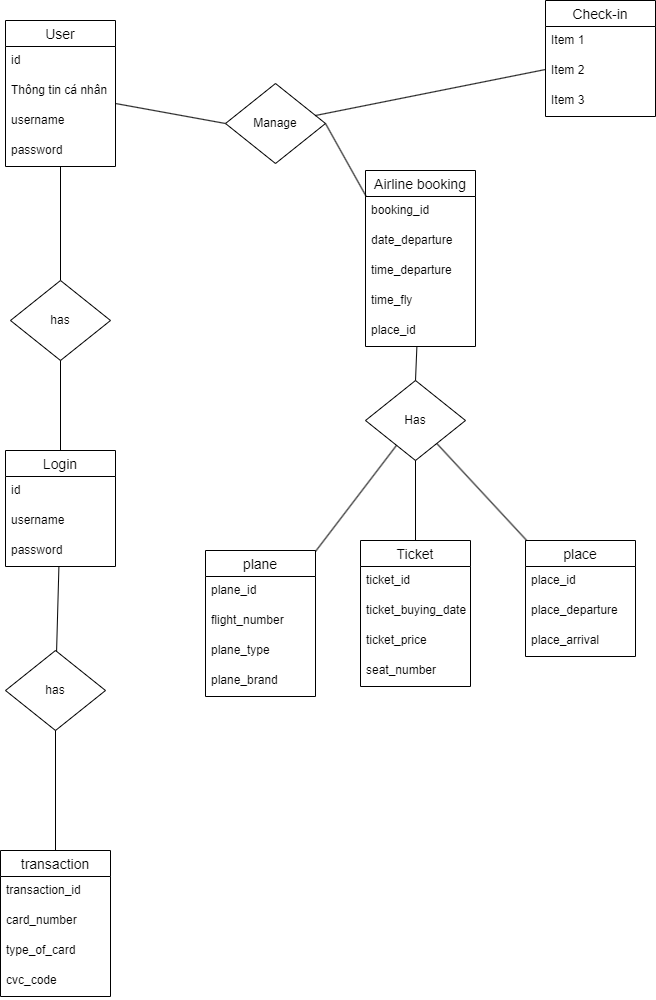
Before: Entity.drawio.png, a diagram exported from draw.io (GumBox/CloudAirlineG8). Source tidied: cells renumbered, new cells last; positions are measured from the earlier drawing's top-left corner, leaving out a move shared by most shapes.
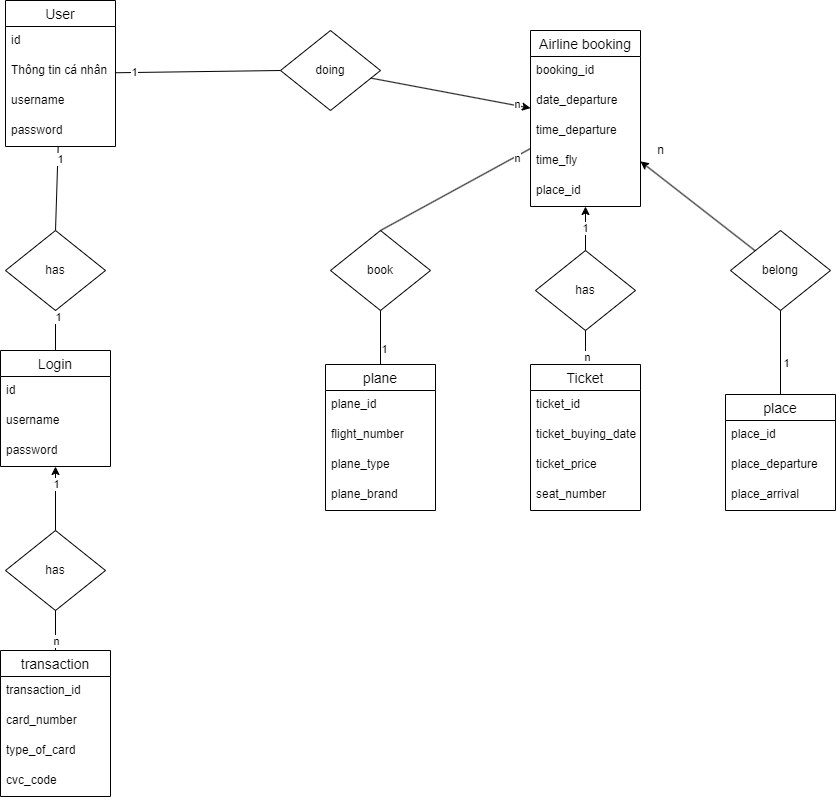
The same diagram one commit later.

Diff of the diagram source:
```diff
@@ -5,11 +5,14 @@
     <mxCell id="2" style="endArrow=none;html=1;rounded=0;entryX=0;entryY=0.5;entryDx=0;entryDy=0;" parent="1" edge="1" source="4" target="3">
       <mxGeometry relative="1" as="geometry" />
     </mxCell>
+    <mxCell id="55" value="1" style="edgeLabel;html=1;align=center;verticalAlign=middle;" parent="2" vertex="1">
+      <mxGeometry x="-0.77" relative="1" as="geometry" />
+    </mxCell>
-    <mxCell id="3" value="Manage" style="rhombus;whiteSpace=wrap;html=1;" parent="1" vertex="1">
-      <mxGeometry x="225" y="83" width="100" height="80" as="geometry" />
+    <mxCell id="3" value="doing" style="rhombus;whiteSpace=wrap;html=1;" parent="1" vertex="1">
+      <mxGeometry x="285" y="60" width="100" height="80" as="geometry" />
     </mxCell>
     <mxCell id="4" value="User" style="swimlane;fontStyle=0;horizontal=1;startSize=26;align=center;fontSize=14;" parent="1" vertex="1">
-      <mxGeometry x="5" y="20" width="110" height="146" as="geometry" />
+      <mxGeometry x="10" y="30" width="110" height="146" as="geometry" />
     </mxCell>
     <mxCell id="5" value="id " style="text;strokeColor=none;fillColor=none;spacingLeft=4;spacingRight=4;overflow=hidden;fontSize=12;" parent="4" vertex="1">
       <mxGeometry y="26" width="110" height="30" as="geometry" />
@@ -24,7 +27,7 @@
       <mxGeometry y="116" width="110" height="30" as="geometry" />
     </mxCell>
     <mxCell id="9" value="Airline booking" style="swimlane;fontStyle=0;horizontal=1;startSize=26;align=center;fontSize=14;" parent="1" vertex="1">
-      <mxGeometry x="365" y="170" width="110" height="176" as="geometry" />
+      <mxGeometry x="535" y="60" width="110" height="176" as="geometry" />
     </mxCell>
     <mxCell id="10" value="booking_id" style="text;strokeColor=none;fillColor=none;spacingLeft=4;spacingRight=4;overflow=hidden;fontSize=12;" parent="9" vertex="1">
       <mxGeometry y="26" width="110" height="30" as="geometry" />
@@ -41,17 +44,17 @@
     <mxCell id="14" value="place_id" style="text;strokeColor=none;fillColor=none;spacingLeft=4;spacingRight=4;overflow=hidden;fontSize=12;" parent="9" vertex="1">
       <mxGeometry y="146" width="110" height="30" as="geometry" />
     </mxCell>
-    <mxCell id="15" style="endArrow=none;html=1;rounded=0;exitX=1;exitY=0.5;exitDx=0;exitDy=0;entryX=0.006;entryY=0.147;entryDx=0;entryDy=0;entryPerimeter=0;" parent="1" edge="1" source="3" target="9">
-      <mxGeometry relative="1" as="geometry" />
-    </mxCell>
-    <mxCell id="16" value="Has" style="rhombus;whiteSpace=wrap;html=1;" parent="1" vertex="1">
-      <mxGeometry x="365" y="380" width="100" height="80" as="geometry" />
+    <mxCell id="16" value="book" style="rhombus;whiteSpace=wrap;html=1;" parent="1" vertex="1">
+      <mxGeometry x="335" y="260" width="100" height="80" as="geometry" />
     </mxCell>
     <mxCell id="17" style="endArrow=none;html=1;rounded=0;entryX=0.5;entryY=0;entryDx=0;entryDy=0;" parent="1" edge="1" source="9" target="16">
       <mxGeometry relative="1" as="geometry" />
     </mxCell>
+    <mxCell id="56" value="n" style="edgeLabel;html=1;align=center;verticalAlign=middle;" parent="17" vertex="1">
+      <mxGeometry x="-0.82" y="2" relative="1" as="geometry" />
+    </mxCell>
     <mxCell id="18" value="Ticket" style="swimlane;fontStyle=0;horizontal=1;startSize=26;align=center;fontSize=14;" parent="1" vertex="1">
-      <mxGeometry x="360" y="540" width="110" height="146" as="geometry" />
+      <mxGeometry x="535" y="394" width="110" height="146" as="geometry" />
     </mxCell>
     <mxCell id="19" value="ticket_id" style="text;strokeColor=none;fillColor=none;spacingLeft=4;spacingRight=4;overflow=hidden;fontSize=12;" parent="18" vertex="1">
       <mxGeometry y="26" width="110" height="30" as="geometry" />
@@ -68,11 +71,14 @@
     <mxCell id="23" style="endArrow=none;html=1;rounded=0;entryX=0.5;entryY=0;entryDx=0;entryDy=0;" parent="1" edge="1" source="4" target="24">
       <mxGeometry relative="1" as="geometry" />
     </mxCell>
+    <mxCell id="57" value="1" style="edgeLabel;html=1;align=center;verticalAlign=middle;" parent="23" vertex="1">
+      <mxGeometry x="-0.72" y="2" relative="1" as="geometry" />
+    </mxCell>
     <mxCell id="24" value="has" style="rhombus;whiteSpace=wrap;html=1;" parent="1" vertex="1">
-      <mxGeometry x="10" y="280" width="100" height="80" as="geometry" />
+      <mxGeometry x="10" y="260" width="100" height="80" as="geometry" />
     </mxCell>
     <mxCell id="25" value="Login" style="swimlane;fontStyle=0;horizontal=1;startSize=26;align=center;fontSize=14;" parent="1" vertex="1">
-      <mxGeometry x="5" y="450" width="110" height="116" as="geometry" />
+      <mxGeometry x="5" y="380" width="110" height="116" as="geometry" />
     </mxCell>
     <mxCell id="26" value="id" style="text;strokeColor=none;fillColor=none;spacingLeft=4;spacingRight=4;overflow=hidden;fontSize=12;" parent="25" vertex="1">
       <mxGeometry y="26" width="110" height="30" as="geometry" />
@@ -83,29 +89,8 @@
     <mxCell id="28" value="password" style="text;strokeColor=none;fillColor=none;spacingLeft=4;spacingRight=4;overflow=hidden;fontSize=12;" parent="25" vertex="1">
       <mxGeometry y="86" width="110" height="30" as="geometry" />
     </mxCell>
-    <mxCell id="29" style="endArrow=none;html=1;rounded=0;entryX=0.5;entryY=0;entryDx=0;entryDy=0;exitX=0.5;exitY=1;exitDx=0;exitDy=0;" parent="1" edge="1" source="24" target="25">
-      <mxGeometry relative="1" as="geometry" />
-    </mxCell>
-    <mxCell id="30" style="endArrow=none;html=1;rounded=0;entryX=0.5;entryY=0;entryDx=0;entryDy=0;" parent="1" edge="1" source="16" target="18">
-      <mxGeometry relative="1" as="geometry" />
-    </mxCell>
-    <mxCell id="31" value="Check-in" style="swimlane;fontStyle=0;horizontal=1;startSize=26;align=center;fontSize=14;" parent="1" vertex="1">
-      <mxGeometry x="545" width="110" height="116" as="geometry" />
-    </mxCell>
-    <mxCell id="32" value="Item 1" style="text;strokeColor=none;fillColor=none;spacingLeft=4;spacingRight=4;overflow=hidden;fontSize=12;" parent="31" vertex="1">
-      <mxGeometry y="26" width="110" height="30" as="geometry" />
-    </mxCell>
-    <mxCell id="33" value="Item 2" style="text;strokeColor=none;fillColor=none;spacingLeft=4;spacingRight=4;overflow=hidden;fontSize=12;" parent="31" vertex="1">
-      <mxGeometry y="56" width="110" height="30" as="geometry" />
-    </mxCell>
-    <mxCell id="34" value="Item 3" style="text;strokeColor=none;fillColor=none;spacingLeft=4;spacingRight=4;overflow=hidden;fontSize=12;" parent="31" vertex="1">
-      <mxGeometry y="86" width="110" height="30" as="geometry" />
-    </mxCell>
-    <mxCell id="35" style="endArrow=none;html=1;rounded=0;" parent="1" edge="1" source="3" target="31">
-      <mxGeometry relative="1" as="geometry" />
-    </mxCell>
     <mxCell id="36" value="place" style="swimlane;fontStyle=0;horizontal=1;startSize=26;align=center;fontSize=14;" parent="1" vertex="1">
-      <mxGeometry x="525" y="540" width="110" height="116" as="geometry" />
+      <mxGeometry x="730" y="424" width="110" height="116" as="geometry" />
     </mxCell>
     <mxCell id="37" value="place_id" style="text;strokeColor=none;fillColor=none;spacingLeft=4;spacingRight=4;overflow=hidden;fontSize=12;" parent="36" vertex="1">
       <mxGeometry y="26" width="110" height="30" as="geometry" />
@@ -116,11 +101,8 @@
     <mxCell id="39" value="place_arrival" style="text;strokeColor=none;fillColor=none;spacingLeft=4;spacingRight=4;overflow=hidden;fontSize=12;" parent="36" vertex="1">
       <mxGeometry y="86" width="110" height="30" as="geometry" />
     </mxCell>
-    <mxCell id="40" style="endArrow=none;html=1;rounded=0;" parent="1" edge="1" source="16" target="36">
-      <mxGeometry relative="1" as="geometry" />
-    </mxCell>
     <mxCell id="41" value="plane" style="swimlane;fontStyle=0;horizontal=1;startSize=26;align=center;fontSize=14;" parent="1" vertex="1">
-      <mxGeometry x="205" y="550" width="110" height="146" as="geometry" />
+      <mxGeometry x="330" y="394" width="110" height="146" as="geometry" />
     </mxCell>
     <mxCell id="42" value="plane_id" style="text;strokeColor=none;fillColor=none;spacingLeft=4;spacingRight=4;overflow=hidden;fontSize=12;" parent="41" vertex="1">
       <mxGeometry y="26" width="110" height="30" as="geometry" />
@@ -137,14 +119,14 @@
     <mxCell id="46" style="endArrow=none;html=1;rounded=0;" parent="1" edge="1" source="16" target="41">
       <mxGeometry relative="1" as="geometry" />
     </mxCell>
+    <mxCell id="58" value="1" style="edgeLabel;html=1;align=center;verticalAlign=middle;" parent="46" vertex="1">
+      <mxGeometry x="0.41" y="3" relative="1" as="geometry" />
+    </mxCell>
     <mxCell id="47" value="has" style="rhombus;whiteSpace=wrap;html=1;" parent="1" vertex="1">
-      <mxGeometry x="5" y="650" width="100" height="80" as="geometry" />
+      <mxGeometry x="10" y="560" width="100" height="80" as="geometry" />
     </mxCell>
-    <mxCell id="48" style="endArrow=none;html=1;rounded=0;" parent="1" edge="1" source="25" target="47">
-      <mxGeometry relative="1" as="geometry" />
-    </mxCell>
     <mxCell id="49" value="transaction" style="swimlane;fontStyle=0;horizontal=1;startSize=26;align=center;fontSize=14;" parent="1" vertex="1">
-      <mxGeometry y="850" width="110" height="146" as="geometry" />
+      <mxGeometry x="5" y="680" width="110" height="146" as="geometry" />
     </mxCell>
     <mxCell id="50" value="transaction_id   &#10;" style="text;strokeColor=none;fillColor=none;spacingLeft=4;spacingRight=4;overflow=hidden;fontSize=12;" parent="49" vertex="1">
       <mxGeometry y="26" width="110" height="30" as="geometry" />
@@ -161,5 +143,53 @@
     <mxCell id="54" style="endArrow=none;html=1;rounded=0;" parent="1" edge="1" source="47" target="49">
       <mxGeometry relative="1" as="geometry" />
     </mxCell>
+    <mxCell id="59" value="n" style="edgeLabel;html=1;align=center;verticalAlign=middle;" parent="54" vertex="1">
+      <mxGeometry x="0.51" relative="1" as="geometry" />
+    </mxCell>
+    <mxCell id="60" style="endArrow=classic;html=1;rounded=0;" parent="1" edge="1" source="47" target="25">
+      <mxGeometry relative="1" as="geometry" />
+    </mxCell>
+    <mxCell id="61" value="1" style="edgeLabel;html=1;align=center;verticalAlign=middle;" parent="60" vertex="1">
+      <mxGeometry x="0.45" relative="1" as="geometry" />
+    </mxCell>
+    <mxCell id="15" style="endArrow=classic;html=1;rounded=0;" parent="1" edge="1" source="3" target="9">
+      <mxGeometry relative="1" as="geometry" />
+    </mxCell>
+    <mxCell id="62" value="n" style="edgeLabel;html=1;align=center;verticalAlign=middle;" parent="15" vertex="1">
+      <mxGeometry x="0.82" y="2" relative="1" as="geometry" />
+    </mxCell>
+    <mxCell id="63" value="has" style="rhombus;whiteSpace=wrap;html=1;" parent="1" vertex="1">
+      <mxGeometry x="540" y="280" width="100" height="80" as="geometry" />
+    </mxCell>
+    <mxCell id="64" value="1" style="endArrow=classic;html=1;rounded=0;" parent="1" edge="1" source="63" target="9">
+      <mxGeometry relative="1" as="geometry" />
+    </mxCell>
+    <mxCell id="65" style="endArrow=none;html=1;rounded=0;" parent="1" edge="1" source="63" target="18">
+      <mxGeometry relative="1" as="geometry" />
+    </mxCell>
+    <mxCell id="66" value="n" style="edgeLabel;html=1;align=center;verticalAlign=middle;" parent="65" vertex="1">
+      <mxGeometry x="0.56" y="1" relative="1" as="geometry" />
+    </mxCell>
+    <mxCell id="67" value="belong" style="rhombus;whiteSpace=wrap;html=1;" parent="1" vertex="1">
+      <mxGeometry x="735" y="260" width="100" height="80" as="geometry" />
+    </mxCell>
+    <mxCell id="68" style="endArrow=classic;html=1;rounded=0;" parent="1" edge="1" source="67" target="9">
+      <mxGeometry relative="1" as="geometry" />
+    </mxCell>
+    <mxCell id="69" style="endArrow=none;html=1;rounded=0;" parent="1" edge="1" source="36" target="67">
+      <mxGeometry relative="1" as="geometry" />
+    </mxCell>
+    <mxCell id="70" value="1" style="edgeLabel;html=1;align=center;verticalAlign=middle;" parent="69" vertex="1">
+      <mxGeometry x="-0.23" y="-5" relative="1" as="geometry" />
+    </mxCell>
+    <mxCell id="71" value="n" style="text;html=1;align=center;verticalAlign=middle;strokeColor=none;fillColor=none;" parent="1" vertex="1">
+      <mxGeometry x="650" y="165" width="30" height="30" as="geometry" />
+    </mxCell>
+    <mxCell id="29" style="endArrow=none;html=1;rounded=0;" parent="1" edge="1" source="24" target="25">
+      <mxGeometry relative="1" as="geometry" />
+    </mxCell>
+    <mxCell id="72" value="1" style="edgeLabel;html=1;align=center;verticalAlign=middle;" parent="29" vertex="1">
+      <mxGeometry x="-0.72" y="2" relative="1" as="geometry" />
+    </mxCell>
   </root>
 </mxGraphModel>
```
